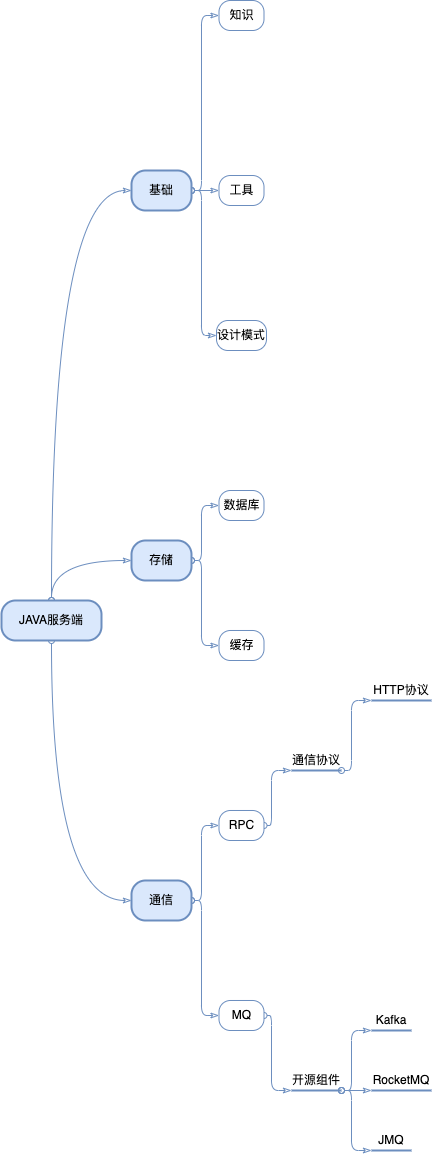
Before: assets/other/javaTrack.png, a diagram exported from draw.io (Clinat/clinat.github.io). Source tidied: cells renumbered, new cells last; positions are measured from the earlier drawing's top-left corner, leaving out a move shared by most shapes.
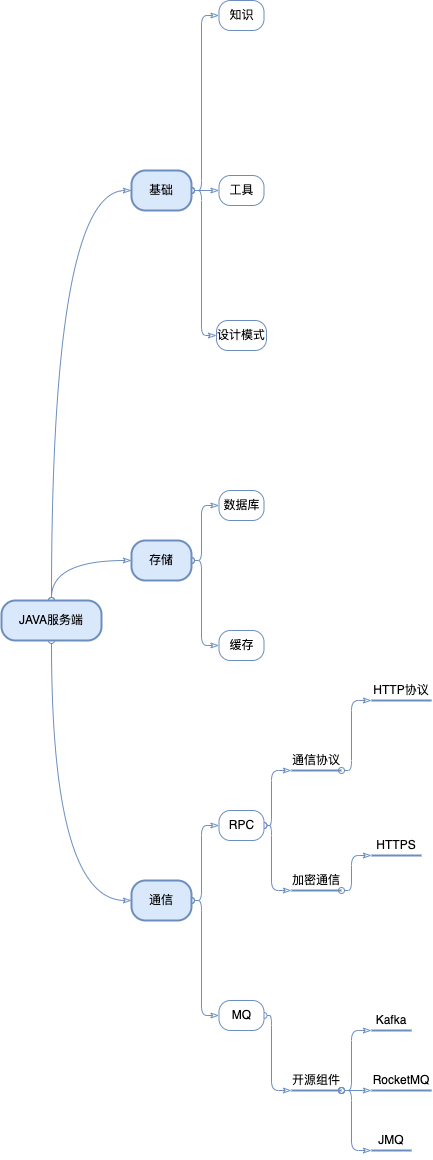
The same file after the commit.

Change to the diagram source:
```diff
@@ -160,6 +160,14 @@
         </Array>
       </mxGeometry>
     </mxCell>
+    <mxCell id="41" style="edgeStyle=orthogonalEdgeStyle;shape=connector;rounded=1;jettySize=auto;html=1;exitX=1;exitY=0.5;exitDx=0;exitDy=0;entryX=0;entryY=1;entryDx=0;entryDy=0;labelBackgroundColor=default;fontFamily=Helvetica;fontSize=12;fontColor=default;startArrow=oval;startFill=0;endArrow=classicThin;endFill=0;strokeColor=#6C8EBF;strokeWidth=1;" parent="1" edge="1" source="38" target="43">
+      <mxGeometry relative="1" as="geometry">
+        <Array as="points">
+          <mxPoint x="270" y="825" />
+          <mxPoint x="270" y="890" />
+        </Array>
+      </mxGeometry>
+    </mxCell>
     <mxCell id="38" value="RPC" style="rounded=1;whiteSpace=wrap;html=1;fontFamily=Helvetica;fontSize=12;strokeWidth=1;arcSize=38;strokeColor=#6C8EBF;" parent="1" vertex="1">
       <mxGeometry x="217.5" y="810" width="45" height="30" as="geometry" />
     </mxCell>
@@ -174,5 +182,25 @@
     <mxCell id="40" value="MQ" style="rounded=1;whiteSpace=wrap;html=1;fontFamily=Helvetica;fontSize=12;strokeWidth=1;arcSize=38;strokeColor=#6C8EBF;" parent="1" vertex="1">
       <mxGeometry x="217.5" y="1000" width="45" height="30" as="geometry" />
     </mxCell>
+    <mxCell id="42" style="edgeStyle=orthogonalEdgeStyle;shape=connector;rounded=1;jettySize=auto;html=1;exitX=1;exitY=1;exitDx=0;exitDy=0;entryX=0;entryY=1;entryDx=0;entryDy=0;labelBackgroundColor=default;fontFamily=Helvetica;fontSize=12;fontColor=default;startArrow=oval;startFill=0;endArrow=classicThin;endFill=0;strokeColor=#6C8EBF;strokeWidth=1;" parent="1" edge="1" source="43" target="45">
+      <mxGeometry relative="1" as="geometry">
+        <Array as="points">
+          <mxPoint x="350" y="890" />
+          <mxPoint x="350" y="855" />
+        </Array>
+      </mxGeometry>
+    </mxCell>
+    <mxCell id="43" value="加密通信" style="text;html=1;strokeColor=none;fillColor=none;align=center;verticalAlign=middle;whiteSpace=wrap;rounded=0;" parent="1" vertex="1">
+      <mxGeometry x="290" y="870" width="50" height="20" as="geometry" />
+    </mxCell>
+    <mxCell id="44" style="endArrow=none;html=1;rounded=0;strokeWidth=2;strokeColor=#6C8EBF;exitX=0;exitY=1;exitDx=0;exitDy=0;entryX=1;entryY=1;entryDx=0;entryDy=0;" parent="1" edge="1" source="43" target="43">
+      <mxGeometry relative="1" as="geometry" />
+    </mxCell>
+    <mxCell id="45" value="HTTPS" style="text;html=1;strokeColor=none;fillColor=none;align=center;verticalAlign=middle;whiteSpace=wrap;rounded=0;" parent="1" vertex="1">
+      <mxGeometry x="370" y="835" width="50" height="20" as="geometry" />
+    </mxCell>
+    <mxCell id="46" style="endArrow=none;html=1;rounded=0;strokeWidth=2;strokeColor=#6C8EBF;exitX=0;exitY=1;exitDx=0;exitDy=0;entryX=1;entryY=1;entryDx=0;entryDy=0;" parent="1" edge="1" source="45" target="45">
+      <mxGeometry relative="1" as="geometry" />
+    </mxCell>
   </root>
 </mxGraphModel>
```
